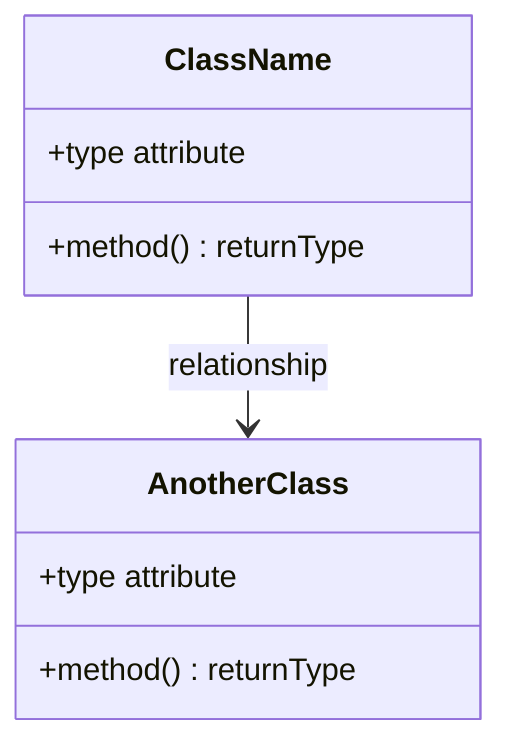
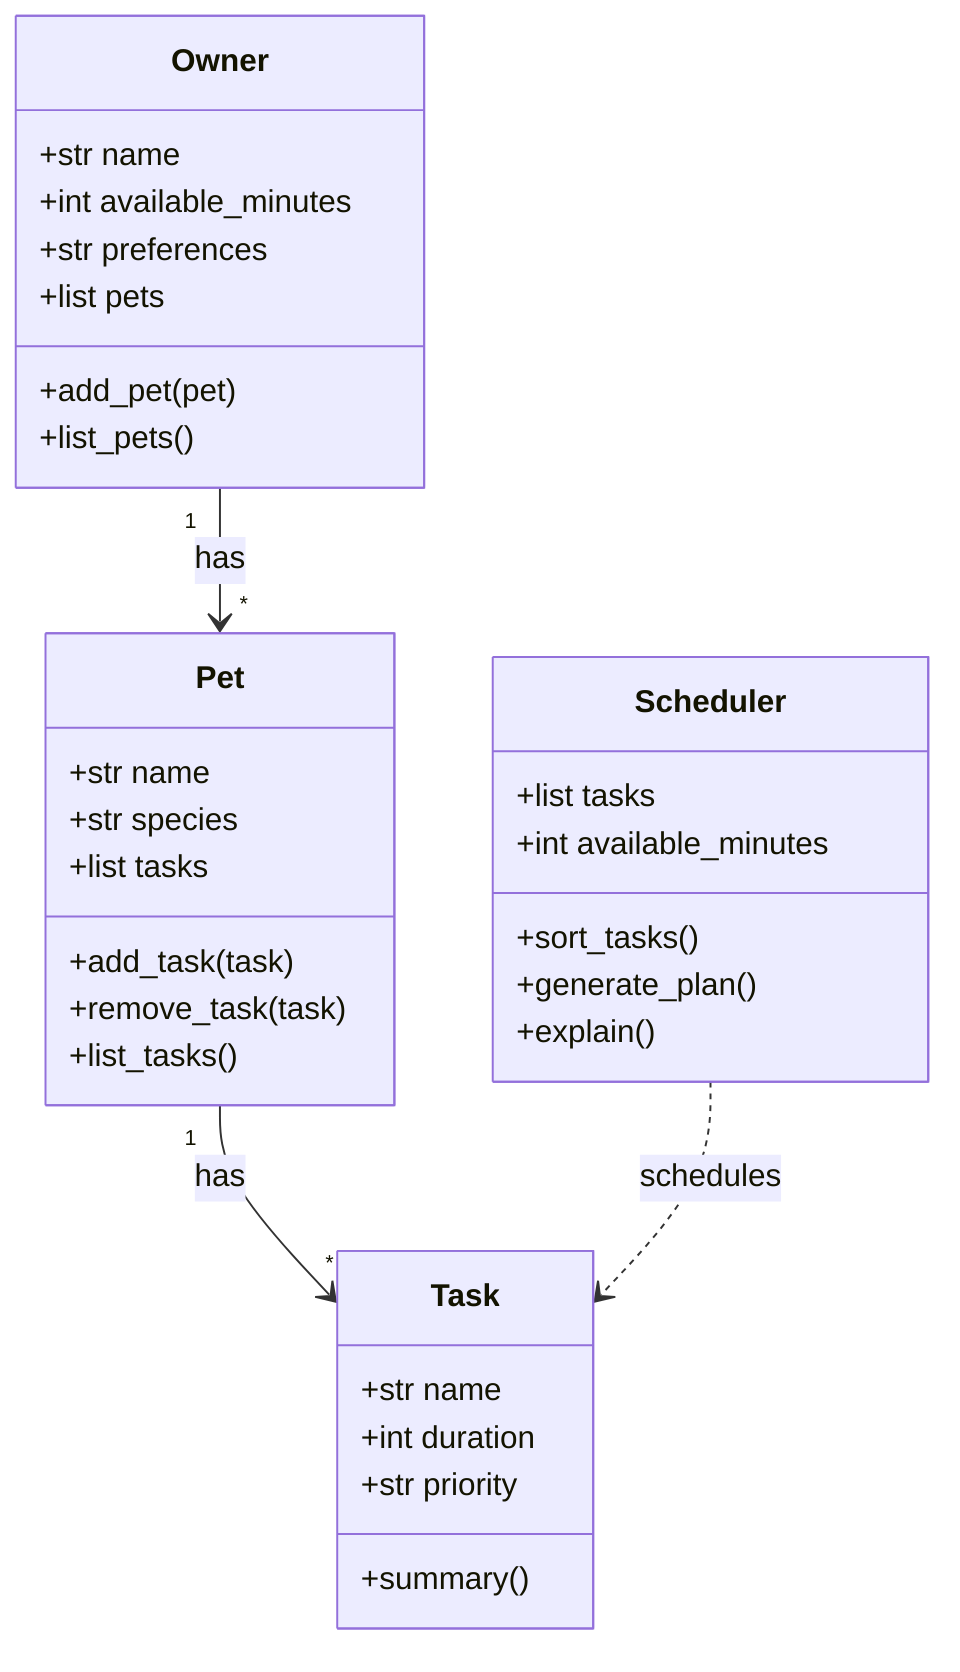
classDiagram
-     %% Replace the placeholders below with your actual classes, attributes, methods, and relationships.
    %% Keep this file updated so it matches your final implementation.
- 
-     class ClassName {
-         +type attribute
-         +method() returnType
+     class Owner {
+         +str name
+         +int available_minutes
+         +str preferences
+         +list pets
+         +add_pet(pet)
+         +list_pets()
    }

-     class AnotherClass {
-         +type attribute
-         +method() returnType
+     class Pet {
+         +str name
+         +str species
+         +list tasks
+         +add_task(task)
+         +remove_task(task)
+         +list_tasks()
    }

-     ClassName --> AnotherClass : relationship
+     class Task {
+         +str name
+         +int duration
+         +str priority
+         +summary()
+     }
+ 
+     class Scheduler {
+         +list tasks
+         +int available_minutes
+         +sort_tasks()
+         +generate_plan()
+         +explain()
+     }
+ 
+     Owner "1" --> "*" Pet : has
+     Pet "1" --> "*" Task : has
+     Scheduler ..> Task : schedules
